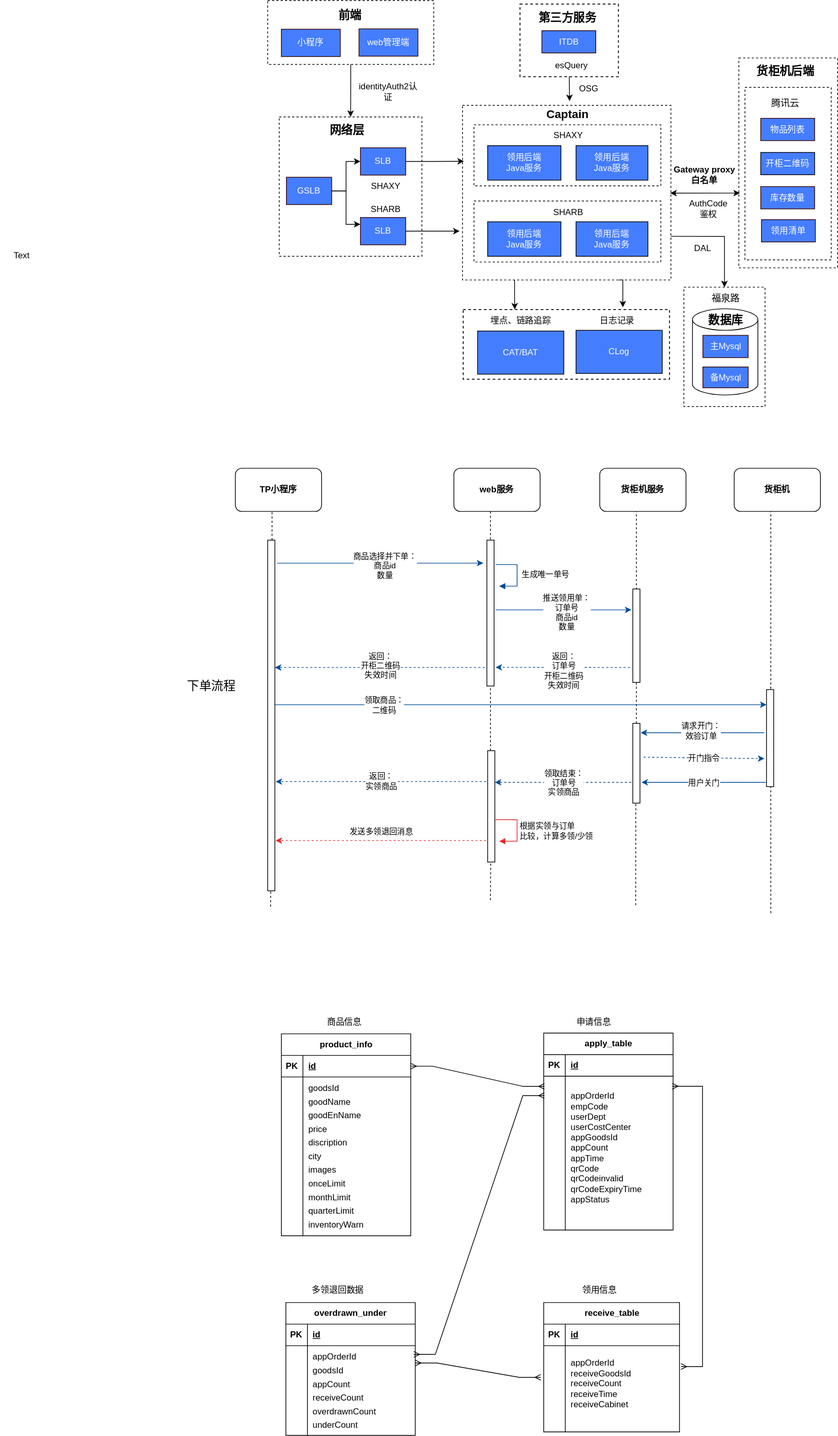
This is 行政称重柜.svg from heaquan/xmind, a draw.io export, as it was before one commit. Source tidied: cells renumbered, new cells last; positions are measured from the earlier drawing's top-left corner, leaving out a move shared by most shapes.
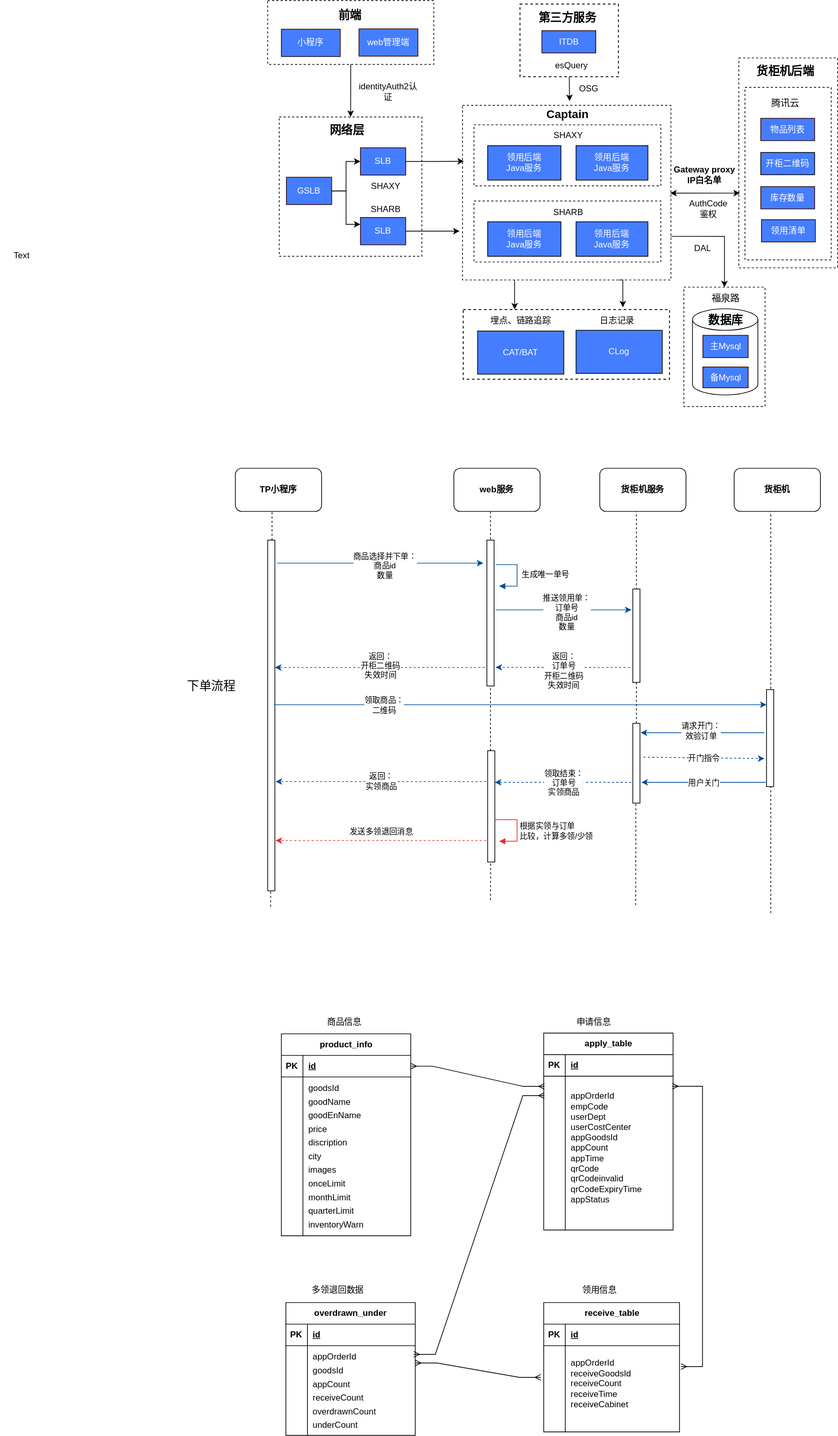
Above is the later version.

Commit message:
更新行政称重柜.svg

What changed in the source:
```diff
@@ -469,7 +469,7 @@
     <mxCell id="132" value="&lt;span style=&quot;font-size: 16px;&quot;&gt;&lt;b&gt;货柜机后端&lt;/b&gt;&lt;/span&gt;" style="text;html=1;align=center;verticalAlign=middle;strokeColor=none;fillColor=none;fontSize=14;" parent="1" vertex="1">
       <mxGeometry x="1043" y="82" width="98" height="31" as="geometry" />
     </mxCell>
-    <mxCell id="133" value="Gateway proxy&lt;br&gt;白名单" style="text;html=1;strokeColor=none;fillColor=none;align=center;verticalAlign=middle;whiteSpace=wrap;rounded=0;fontStyle=1;" parent="1" vertex="1">
+    <mxCell id="133" value="Gateway proxy&lt;br&gt;IP白名单" style="text;html=1;strokeColor=none;fillColor=none;align=center;verticalAlign=middle;whiteSpace=wrap;rounded=0;fontStyle=1;" parent="1" vertex="1">
       <mxGeometry x="929" y="228" width="102" height="30" as="geometry" />
     </mxCell>
     <mxCell id="134" style="edgeStyle=entityRelationEdgeStyle;fontSize=12;html=1;endArrow=ERmany;startArrow=ERmany;rounded=0;entryX=0.994;entryY=0.065;entryDx=0;entryDy=0;entryPerimeter=0;" parent="1" edge="1" target="108">
```
